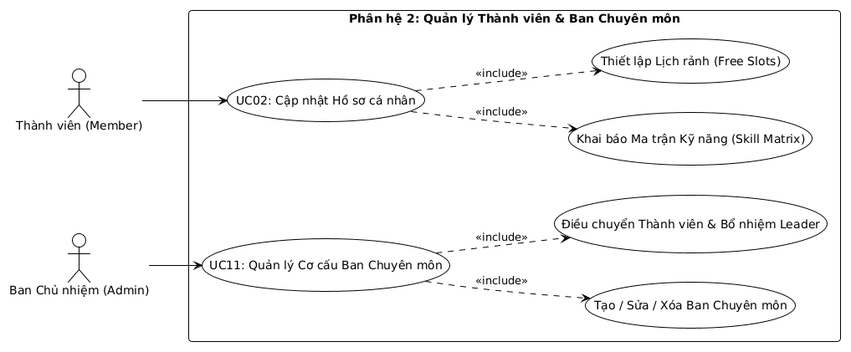
This is images/usecase_sub2_member.png from nda2801/Student_Club_Management, a PlantUML export, as it was before one commit. Its source is kept beside it as docs/plantuml/usecase_sub2_member.puml. Source of this version:
```plantuml
@startuml usecase_sub2_member
!theme plain
skinparam backgroundColor #FFFFFF
skinparam shadowing false
skinparam roundcorner 8

left to right direction
actor "Thành viên (Member)" as Member
actor "Ban Chủ nhiệm (Admin)" as Admin

rectangle "Phân hệ 2: Quản lý Thành viên & Ban Chuyên môn" {
    usecase "UC02: Cập nhật Hồ sơ cá nhân" as UC02
    usecase "Khai báo Ma trận Kỹ năng (Skill Matrix)" as UC02_Skill
    usecase "Thiết lập Lịch rảnh (Free Slots)" as UC02_Slot
    usecase "UC11: Quản lý Cơ cấu Ban Chuyên môn" as UC11
    usecase "Tạo / Sửa / Xóa Ban Chuyên môn" as UC11_Dept
    usecase "Điều chuyển Thành viên & Bổ nhiệm Leader" as UC11_Assign
}

Member --> UC02
UC02 ..> UC02_Skill : <<include>>
UC02 ..> UC02_Slot : <<include>>

Admin --> UC11
UC11 ..> UC11_Dept : <<include>>
UC11 ..> UC11_Assign : <<include>>
@enduml
```
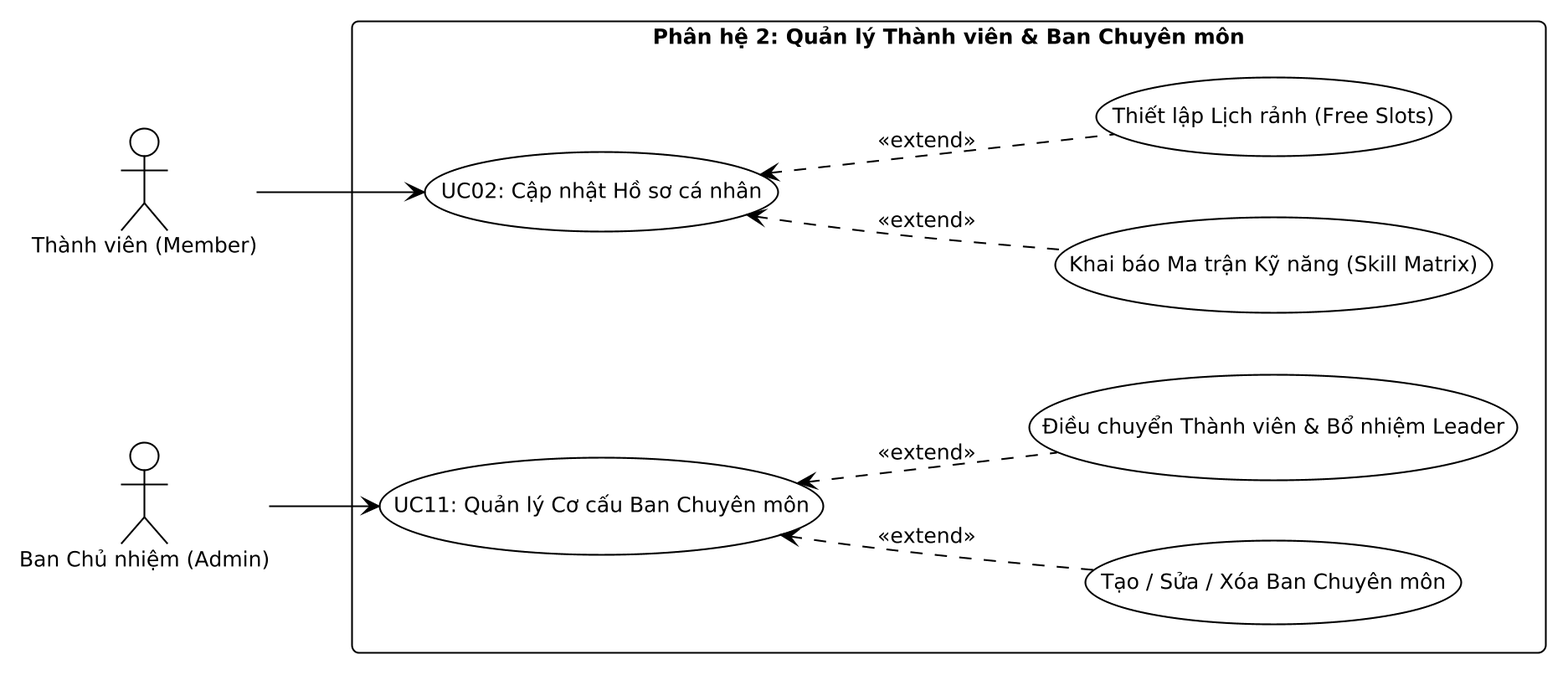
The same file after the commit.

Change to the diagram source:
```diff
@@ -3,6 +3,9 @@
 skinparam backgroundColor #FFFFFF
 skinparam shadowing false
 skinparam roundcorner 8
+skinparam defaultFontName "Segoe UI"
+skinparam defaultFontSize 12
+skinparam dpi 200
 
 left to right direction
 actor "Thành viên (Member)" as Member
@@ -18,10 +21,10 @@
 }
 
 Member --> UC02
-UC02 ..> UC02_Skill : <<include>>
-UC02 ..> UC02_Slot : <<include>>
+UC02 <.. UC02_Skill : <<extend>>
+UC02 <.. UC02_Slot : <<extend>>
 
 Admin --> UC11
-UC11 ..> UC11_Dept : <<include>>
-UC11 ..> UC11_Assign : <<include>>
+UC11 <.. UC11_Dept : <<extend>>
+UC11 <.. UC11_Assign : <<extend>>
 @enduml
```
